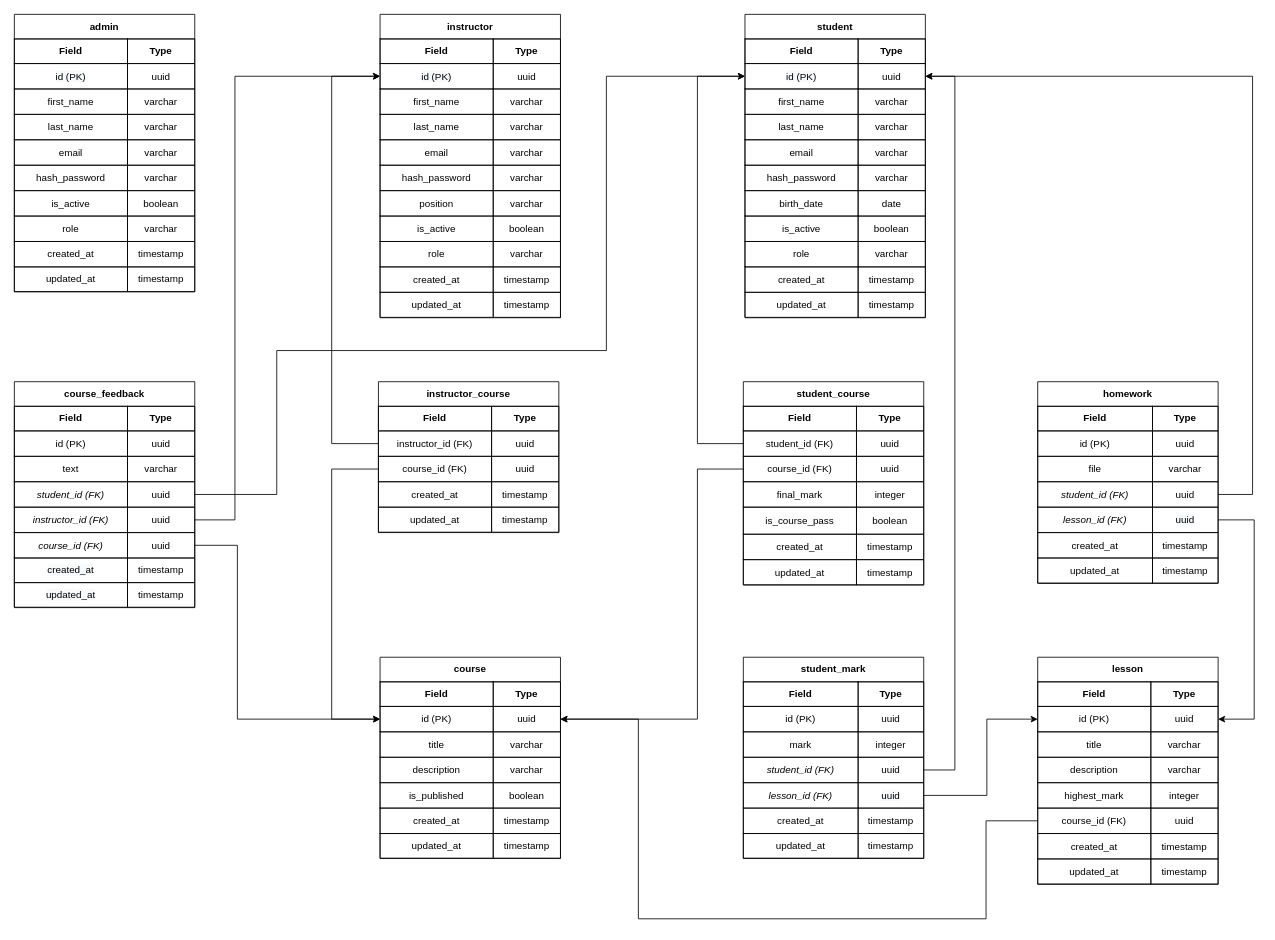
The draw.io diagram tables.drawio in PashaShevchuk/diagrams, before the edit. Source tidied: cells renumbered, new cells numbered last; positions are measured from the earlier drawing's top-left corner, leaving out a move shared by most shapes. Both pictures are drawn from the tidied source at 82%, with x=0, y=0 at pixel (14, 14).
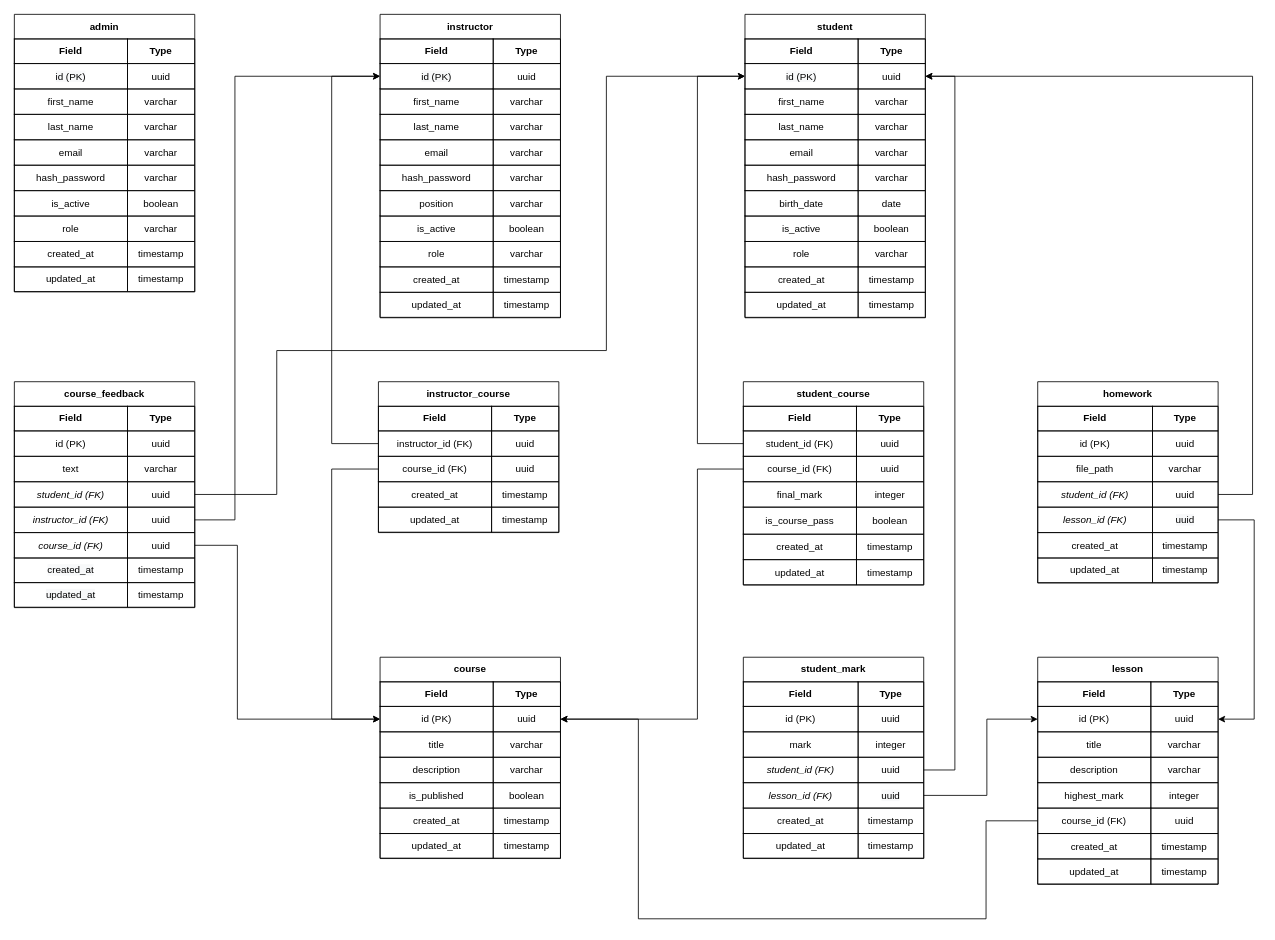
Above is the later version.

The change refers to these unchanged cells:
```xml
<mxCell id="140" value="homework" style="swimlane;startSize=30;html=1;whiteSpace=wrap;childLayout=tableLayout;fontFamily=Helvetica;fontSize=12;" parent="1" vertex="1">
  <mxGeometry x="1248" y="448" width="220" height="245.5" as="geometry" />
</mxCell>
<mxCell id="147" style="html=1;whiteSpace=wrap;fillColor=none;strokeColor=none;fontFamily=Helvetica;fontSize=12;" parent="140" vertex="1">
  <mxGeometry y="91" width="220" height="31" as="geometry" />
</mxCell>
```

Diff of the diagram source:
```diff
@@
-    <mxCell id="148" value="file" style="shape=partialRectangle;html=1;whiteSpace=wrap;fillColor=none;fontFamily=Helvetica;fontSize=12;" parent="147" vertex="1">
+    <mxCell id="148" value="file_path" style="shape=partialRectangle;html=1;whiteSpace=wrap;fillColor=none;fontFamily=Helvetica;fontSize=12;" parent="147" vertex="1">
       <mxGeometry width="140" height="31" as="geometry" />
     </mxCell>
@@
     <mxCell id="159" style="html=1;whiteSpace=wrap;fillColor=none;strokeColor=none;fontFamily=Helvetica;fontSize=12;" parent="140" vertex="1">
-      <mxGeometry y="215" width="220" height="31" as="geometry" />
+      <mxGeometry y="215" width="220" height="30" as="geometry" />
     </mxCell>
     <mxCell id="160" value="&lt;span style=&quot;font-size: 12px;&quot;&gt;updated_at&lt;/span&gt;" style="shape=partialRectangle;html=1;whiteSpace=wrap;fillColor=none;fontFamily=Helvetica;fontSize=12;" parent="159" vertex="1">
-      <mxGeometry width="140" height="31" as="geometry" />
+      <mxGeometry width="140" height="30" as="geometry" />
     </mxCell>
     <mxCell id="161" value="&lt;span style=&quot;font-size: 12px;&quot;&gt;timestamp&lt;/span&gt;" style="shape=partialRectangle;html=1;whiteSpace=wrap;fillColor=none;fontFamily=Helvetica;fontSize=12;" parent="159" vertex="1">
-      <mxGeometry x="140" width="80" height="31" as="geometry" />
+      <mxGeometry x="140" width="80" height="30" as="geometry" />
     </mxCell>
```
